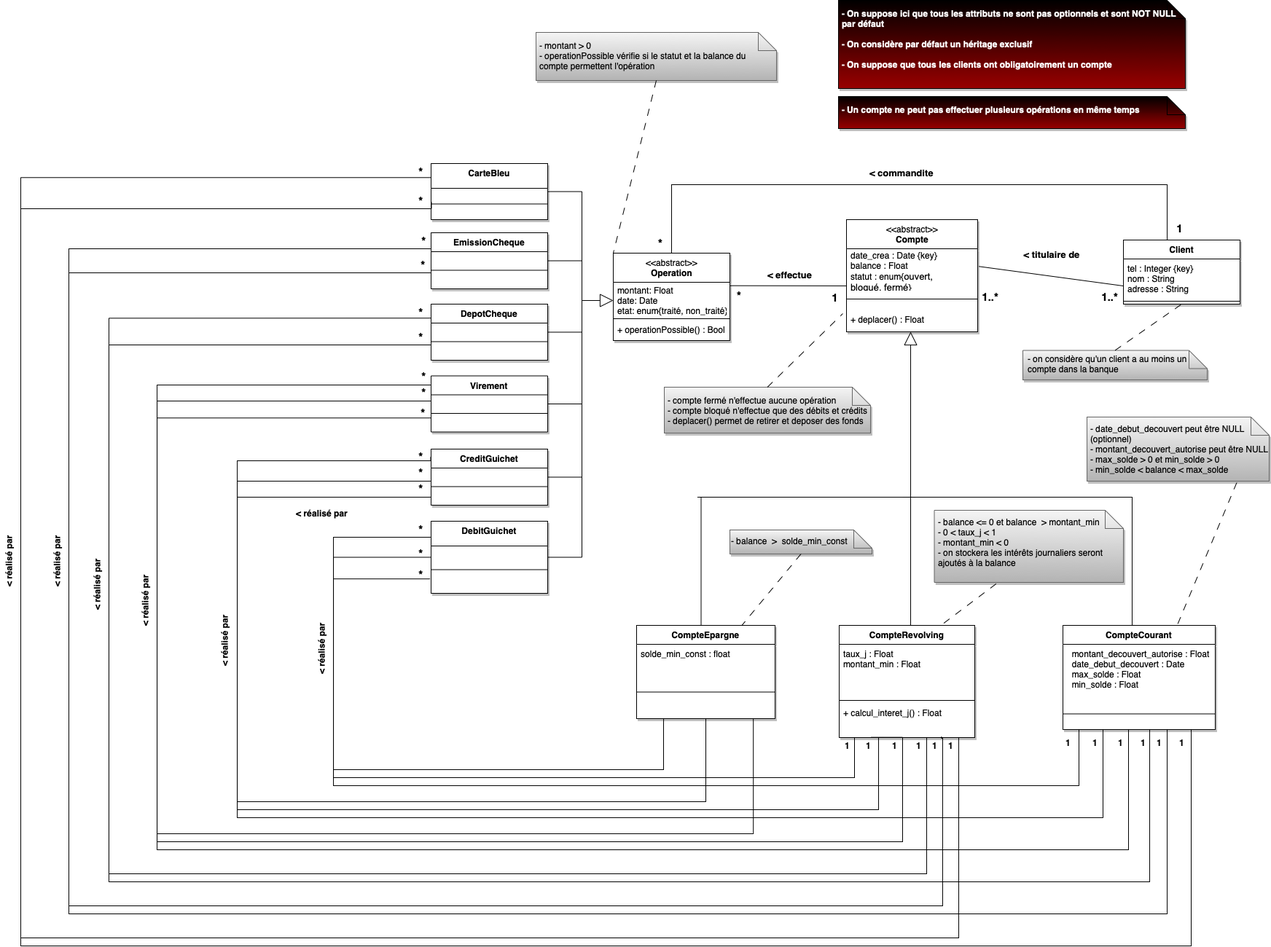
This is Projet_NF18_Gestion_comptes_bancaires/UML_V2.png from ritmosky/Conception-de-BDD---NF18, a draw.io export, as it was before one commit. Source tidied: cells renumbered, new cells last; positions are measured from the earlier drawing's top-left corner, leaving out a move shared by most shapes.
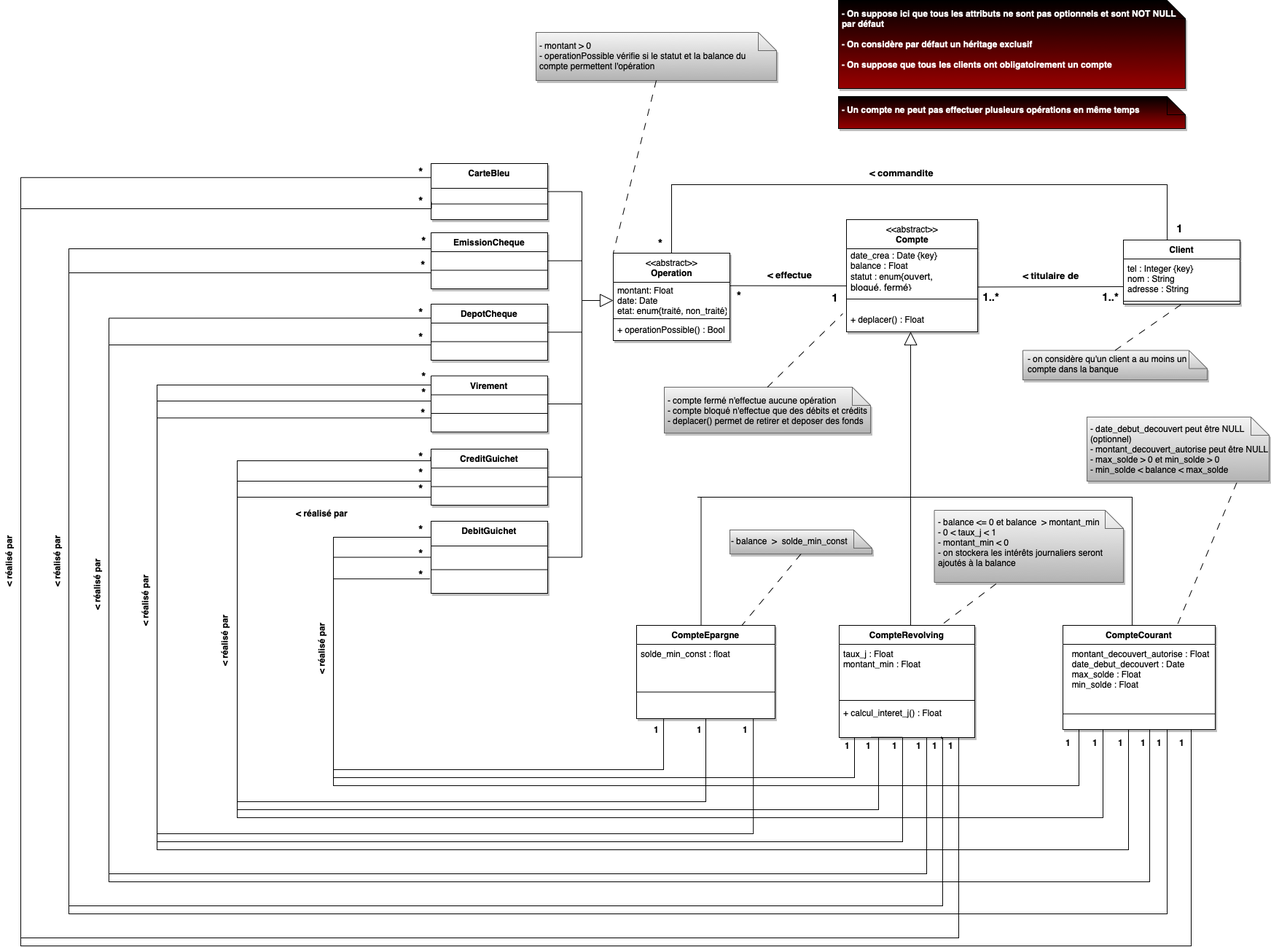
After the commit.

What changed in the source:
```diff
@@ -23,7 +23,7 @@
     <mxCell id="8" style="line;strokeWidth=1;fillColor=none;align=left;verticalAlign=middle;spacingTop=-1;spacingLeft=3;spacingRight=3;labelPosition=right;rounded=0;" parent="7" vertex="1">
       <mxGeometry y="26" width="160" height="51" as="geometry" />
     </mxCell>
-    <mxCell id="9" style="endArrow=none;html=1;rounded=0;entryX=-0.013;entryY=0.704;entryDx=0;entryDy=0;entryPerimeter=0;exitX=1.009;exitY=0.411;exitDx=0;exitDy=0;exitPerimeter=0;" parent="1" edge="1" source="36">
+    <mxCell id="9" style="endArrow=none;html=1;rounded=0;entryX=-0.013;entryY=0.704;entryDx=0;entryDy=0;entryPerimeter=0;exitX=1.002;exitY=0.89;exitDx=0;exitDy=0;exitPerimeter=0;" parent="1" edge="1" source="36">
       <mxGeometry relative="1" as="geometry">
         <mxPoint x="1596.9" y="393" as="targetPoint" />
       </mxGeometry>
@@ -562,5 +562,14 @@
     <mxCell id="121" value="&lt;div style=&quot;font-size: 12px&quot;&gt;&lt;font color=&quot;#ffffff&quot;&gt;- Un compte ne peut pas effectuer plusieurs opérations en même temps&lt;/font&gt;&lt;/div&gt;&lt;div style=&quot;font-size: 12px&quot;&gt;&lt;br&gt;&lt;/div&gt;" style="shape=note2;boundedLbl=1;whiteSpace=wrap;html=1;size=25;verticalAlign=top;align=left;labelBackgroundColor=none;labelBorderColor=none;fontSize=12;strokeColor=#000000;fillColor=#000000;gradientColor=#990000;gradientDirection=south;spacingTop=-20;spacingLeft=3;spacingBottom=-3;shadow=1;fontStyle=1;" parent="1" vertex="1">
       <mxGeometry x="1199" y="132" width="476" height="44" as="geometry" />
     </mxCell>
+    <mxCell id="122" value="&lt;span&gt;1&lt;/span&gt;" style="text;html=1;align=center;verticalAlign=middle;strokeColor=none;fillColor=none;fontStyle=1;" parent="1" vertex="1">
+      <mxGeometry x="938" y="990" width="22" height="22" as="geometry" />
+    </mxCell>
+    <mxCell id="123" value="&lt;span&gt;1&lt;/span&gt;" style="text;html=1;align=center;verticalAlign=middle;strokeColor=none;fillColor=none;fontStyle=1;" parent="1" vertex="1">
+      <mxGeometry x="997" y="990" width="22" height="22" as="geometry" />
+    </mxCell>
+    <mxCell id="124" value="&lt;span&gt;1&lt;/span&gt;" style="text;html=1;align=center;verticalAlign=middle;strokeColor=none;fillColor=none;fontStyle=1;" parent="1" vertex="1">
+      <mxGeometry x="1060" y="990" width="22" height="22" as="geometry" />
+    </mxCell>
   </root>
 </mxGraphModel>
```
